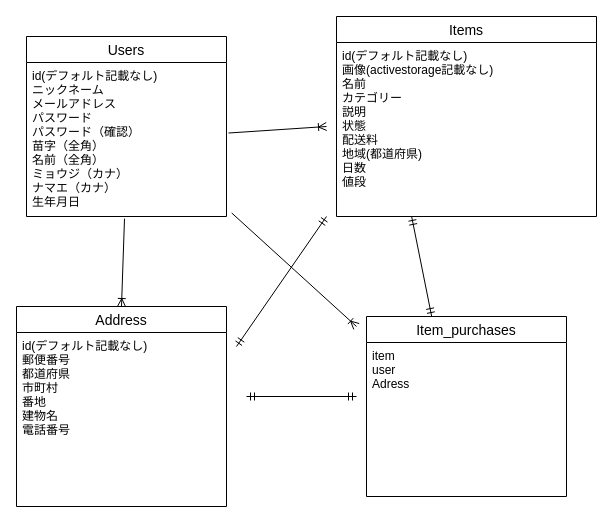
shin224224/furima-34968 keeps this draw.io diagram as app/views/furima.dio. Above is the earlier version. Source tidied: cells renumbered, new cells numbered last; positions are measured from the earlier drawing's top-left corner, leaving out a move shared by most shapes. Both pictures are drawn from the tidied source at 100%, with x=0, y=0 at pixel (16, 16).
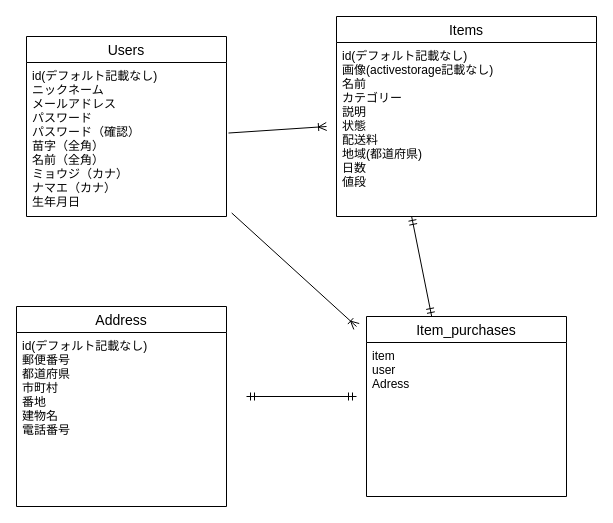
The same page after the edit.

The edit, as a diff of the source:
```diff
@@
 <mxGraphModel>
   <root>
     <mxCell id="0" />
     <mxCell id="1" parent="0" />
     <mxCell id="2" value="Users" style="swimlane;fontStyle=0;horizontal=1;startSize=26;align=center;fontSize=14;" parent="1" vertex="1">
       <mxGeometry x="10" y="20" width="200" height="180" as="geometry" />
     </mxCell>
     <mxCell id="3" value="id(デフォルト記載なし)&#10;ニックネーム&#10;メールアドレス&#10;パスワード&#10;パスワード（確認）&#10;苗字（全角）&#10;名前（全角）&#10;ミョウジ（カナ）&#10;ナマエ（カナ）&#10;生年月日&#10;" style="text;strokeColor=none;fillColor=none;spacingLeft=4;spacingRight=4;overflow=hidden;points=[[0,0.5],[1,0.5]];portConstraint=eastwest;fontSize=12;" parent="2" vertex="1">
       <mxGeometry y="26" width="200" height="154" as="geometry" />
     </mxCell>
     <mxCell id="4" value="Items" style="swimlane;fontStyle=0;horizontal=1;startSize=26;align=center;fontSize=14;" parent="1" vertex="1">
       <mxGeometry x="320" width="260" height="200" as="geometry" />
     </mxCell>
     <mxCell id="5" value="id(デフォルト記載なし)&#10;画像(activestorage記載なし)&#10;名前&#10;カテゴリー&#10;説明&#10;状態&#10;配送料&#10;地域(都道府県)&#10;日数&#10;値段" style="text;strokeColor=none;fillColor=none;spacingLeft=4;spacingRight=4;overflow=hidden;points=[[0,0.5],[1,0.5]];portConstraint=eastwest;fontSize=12;" parent="4" vertex="1">
       <mxGeometry y="26" width="260" height="174" as="geometry" />
     </mxCell>
     <mxCell id="6" value="Address" style="swimlane;fontStyle=0;horizontal=1;startSize=26;align=center;fontSize=14;" parent="1" vertex="1">
       <mxGeometry y="290" width="210" height="200" as="geometry" />
     </mxCell>
     <mxCell id="7" value="id(デフォルト記載なし)&#10;郵便番号&#10;都道府県&#10;市町村&#10;番地&#10;建物名&#10;電話番号&#10;" style="text;strokeColor=none;fillColor=none;spacingLeft=4;spacingRight=4;overflow=hidden;fontSize=12;" parent="6" vertex="1">
       <mxGeometry y="26" width="210" height="174" as="geometry" />
     </mxCell>
-    <mxCell id="8" style="fontSize=12;html=1;endArrow=ERoneToMany;exitX=0.49;exitY=1.014;exitDx=0;exitDy=0;exitPerimeter=0;entryX=0.5;entryY=0;entryDx=0;entryDy=0;" parent="1" edge="1" source="3" target="6">
-      <mxGeometry relative="1" as="geometry" />
-    </mxCell>
     <mxCell id="9" style="fontSize=12;html=1;endArrow=ERoneToMany;exitX=1.01;exitY=0.458;exitDx=0;exitDy=0;exitPerimeter=0;" parent="1" edge="1" source="3">
       <mxGeometry relative="1" as="geometry">
         <mxPoint x="310" y="110" as="targetPoint" />
       </mxGeometry>
     </mxCell>
-    <mxCell id="10" style="fontSize=12;html=1;endArrow=ERmandOne;startArrow=ERmandOne;" parent="1" edge="1">
-      <mxGeometry relative="1" as="geometry">
-        <mxPoint x="220" y="330" as="sourcePoint" />
-        <mxPoint x="310" y="200" as="targetPoint" />
-      </mxGeometry>
-    </mxCell>
     <mxCell id="11" value="Item_purchases" style="swimlane;fontStyle=0;horizontal=1;startSize=26;align=center;fontSize=14;" parent="1" vertex="1">
       <mxGeometry x="350" y="300" width="200" height="180" as="geometry" />
     </mxCell>
     <mxCell id="12" value="item&#10;user&#10;Adress" style="text;strokeColor=none;fillColor=none;spacingLeft=4;spacingRight=4;overflow=hidden;fontSize=12;" parent="11" vertex="1">
       <mxGeometry y="26" width="200" height="154" as="geometry" />
     </mxCell>
     <mxCell id="13" style="fontSize=12;html=1;endArrow=ERoneToMany;exitX=1.026;exitY=0.977;exitDx=0;exitDy=0;exitPerimeter=0;" parent="1" edge="1" source="3">
       <mxGeometry relative="1" as="geometry">
         <mxPoint x="340" y="310" as="targetPoint" />
       </mxGeometry>
     </mxCell>
     <mxCell id="14" style="fontSize=12;html=1;endArrow=ERmandOne;startArrow=ERmandOne;entryX=0.289;entryY=1;entryDx=0;entryDy=0;entryPerimeter=0;exitX=0.326;exitY=0;exitDx=0;exitDy=0;exitPerimeter=0;" parent="1" edge="1" source="11" target="5">
       <mxGeometry relative="1" as="geometry" />
     </mxCell>
     <mxCell id="15" style="fontSize=12;html=1;endArrow=ERmandOne;startArrow=ERmandOne;" parent="1" edge="1">
       <mxGeometry relative="1" as="geometry">
         <mxPoint x="230" y="380" as="sourcePoint" />
         <mxPoint x="340" y="380" as="targetPoint" />
       </mxGeometry>
     </mxCell>
   </root>
 </mxGraphModel>
```
